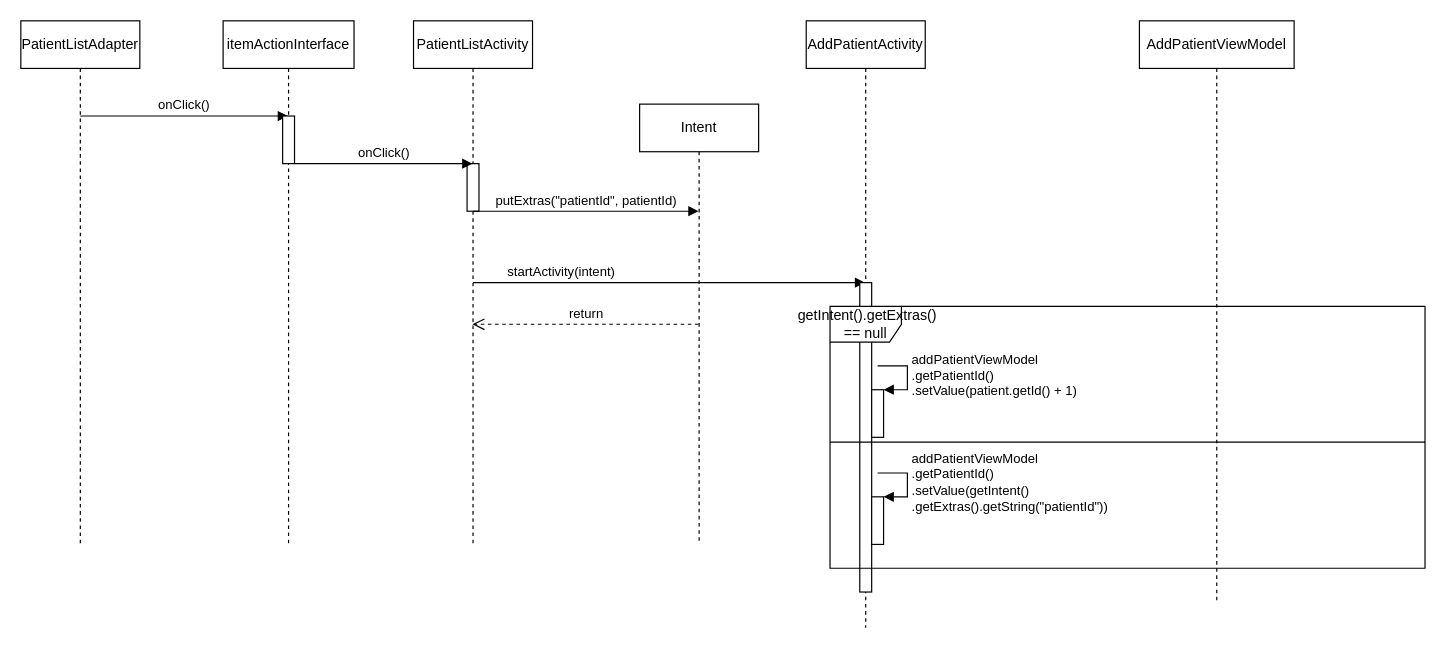
Earlier version of the draw.io diagram docs/view_update_design.drawio (JKCHacking/DentalProfileApp). Source tidied: cells renumbered, new cells numbered last; positions are measured from the earlier drawing's top-left corner, leaving out a move shared by most shapes. Both pictures are drawn from the tidied source at 119%, with x=0, y=0 at pixel (20, 20).
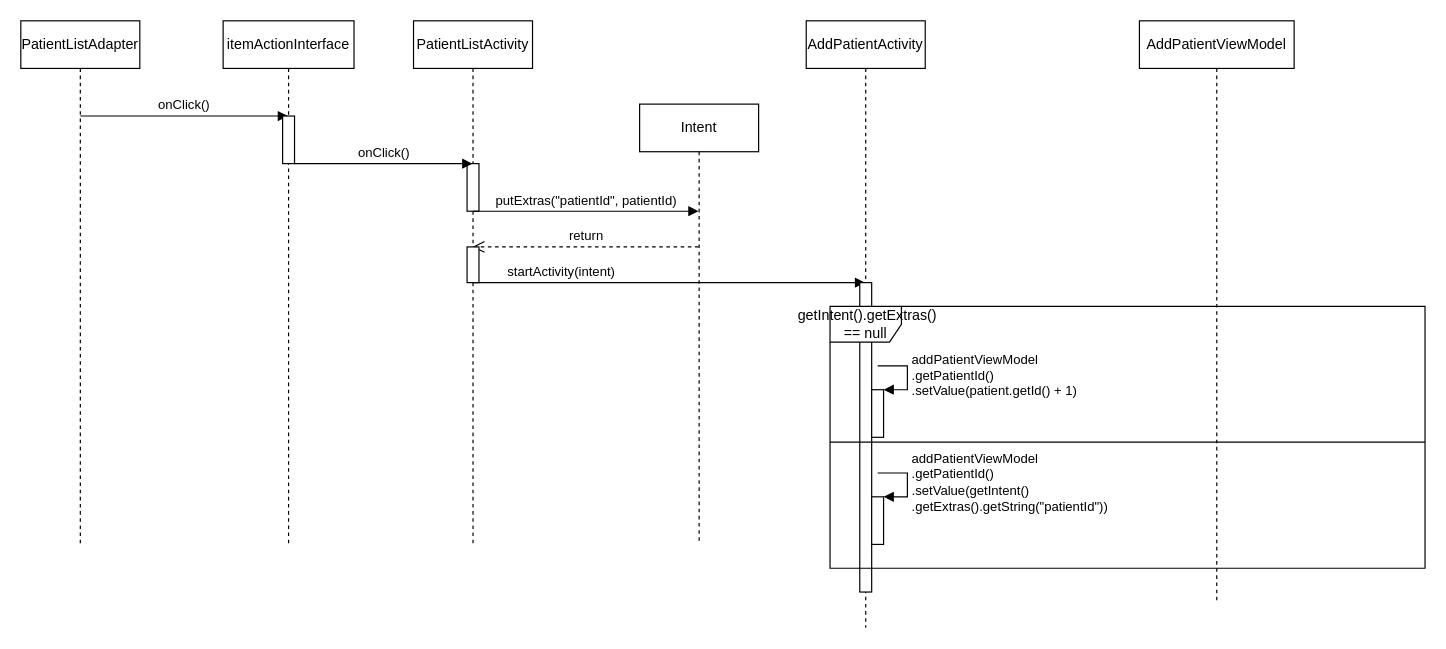
The same page after the edit.

Unchanged cells that the change refers to:
```xml
<mxCell id="2" value="PatientListActivity" style="shape=umlLifeline;perimeter=lifelinePerimeter;whiteSpace=wrap;html=1;outlineConnect=0;" parent="1" vertex="1">
  <mxGeometry x="330" width="100" height="440" as="geometry" />
</mxCell>
<mxCell id="13" value="Intent" style="shape=umlLifeline;perimeter=lifelinePerimeter;whiteSpace=wrap;html=1;outlineConnect=0;" parent="1" vertex="1">
  <mxGeometry x="520" y="70" width="100" height="370" as="geometry" />
</mxCell>
```

The edit, as a diff of the source:
```diff
@@
     <mxCell id="14" value="return" style="html=1;verticalAlign=bottom;endArrow=open;dashed=1;endSize=8;" parent="1" edge="1" source="13" target="2">
-      <mxGeometry relative="1" as="geometry" />
+      <mxGeometry relative="1" as="geometry">
+        <Array as="points">
+          <mxPoint x="510" y="190" />
+        </Array>
+      </mxGeometry>
     </mxCell>
@@
+    <mxCell id="22" style="html=1;perimeter=orthogonalPerimeter;" parent="1" vertex="1">
+      <mxGeometry x="375" y="190" width="10" height="30" as="geometry" />
+    </mxCell>
```
